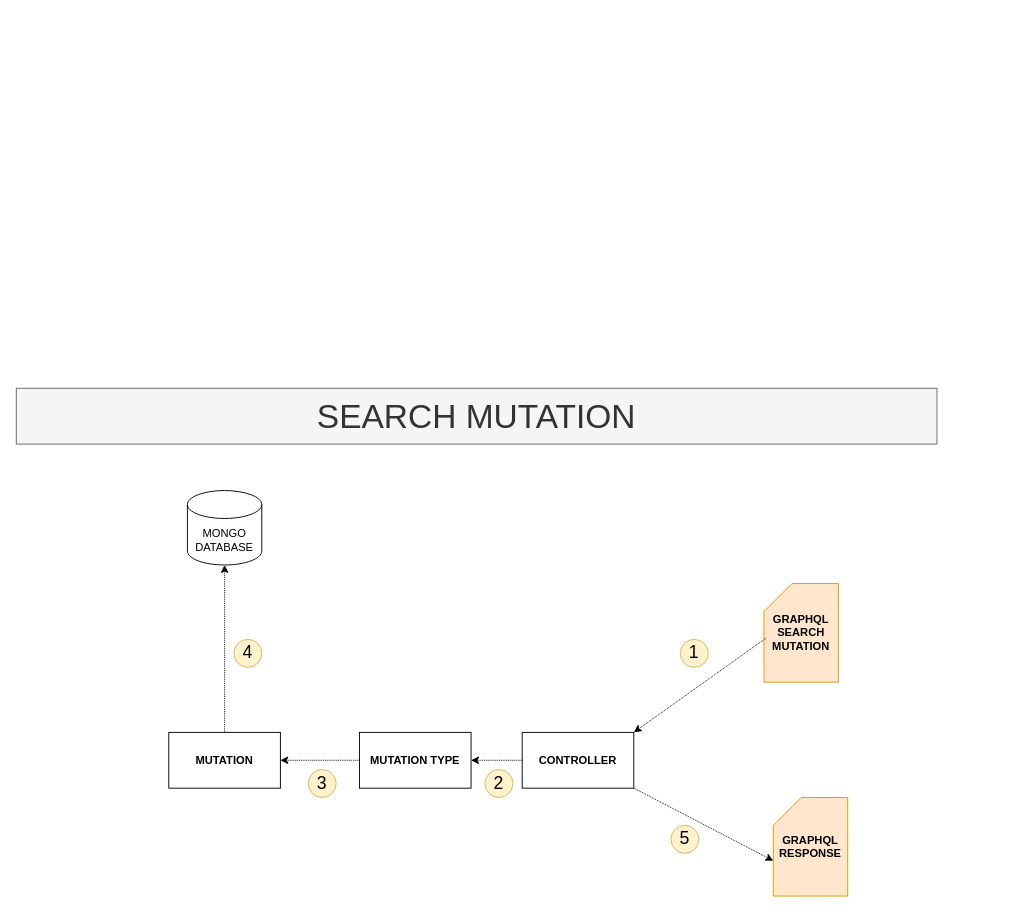
Earlier version of the draw.io diagram page "Search History" (1 of 3) of devops/property-dealer.drawio (kingsley-ijomah/draw.io). Source tidied: cells renumbered, new cells numbered last; positions are measured from the earlier drawing's top-left corner, leaving out a move shared by most shapes. Both pictures are drawn from the tidied source at 93%, with x=0, y=0 at pixel (16, 388).
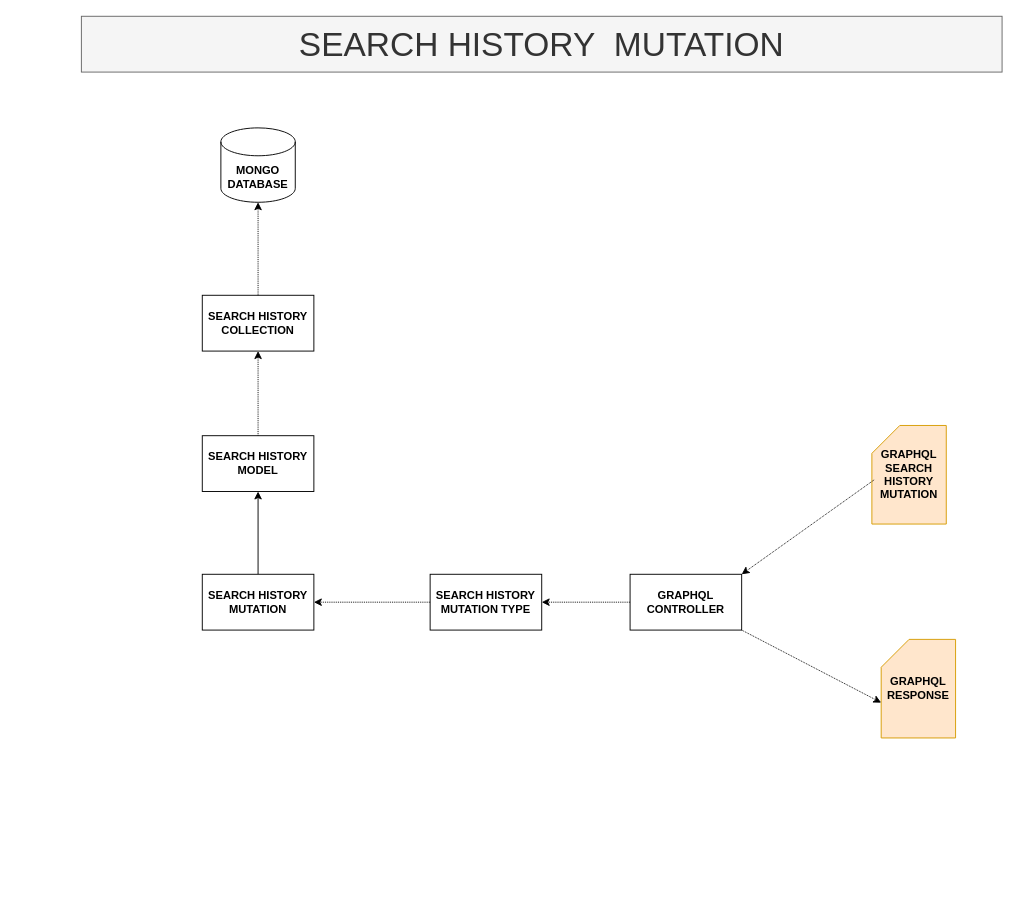
The same page after the edit.

What changed in the source:
```diff
@@
-    <mxCell id="2" value="&lt;b&gt;GRAPHQL&lt;/b&gt;&lt;div&gt;&lt;b&gt;SEARCH&lt;/b&gt;&lt;/div&gt;&lt;div&gt;&lt;b&gt;MUTATION&lt;/b&gt;&lt;/div&gt;" style="shape=card;whiteSpace=wrap;html=1;fillColor=#ffe6cc;strokeColor=#d79b00;" parent="1" vertex="1">
-      <mxGeometry x="804" y="210" width="80" height="106" as="geometry" />
-    </mxCell>
+    <mxCell id="20" value="&lt;b&gt;GRAPHQL&lt;/b&gt;&lt;div&gt;&lt;b&gt;SEARCH HISTORY&lt;/b&gt;&lt;/div&gt;&lt;div&gt;&lt;b&gt;MUTATION&lt;/b&gt;&lt;/div&gt;" style="shape=card;whiteSpace=wrap;html=1;fillColor=#ffe6cc;strokeColor=#d79b00;" parent="1" vertex="1">
+      <mxGeometry x="920" y="40" width="80" height="106" as="geometry" />
+    </mxCell>
-    <mxCell id="3" value="&lt;div&gt;MONGO&lt;/div&gt;DATABASE" style="shape=cylinder3;whiteSpace=wrap;html=1;boundedLbl=1;backgroundOutline=1;size=15;" parent="1" vertex="1">
-      <mxGeometry x="184" y="110" width="80" height="80" as="geometry" />
+    <mxCell id="3" value="&lt;b&gt;MONGO&lt;/b&gt;&lt;div&gt;&lt;b&gt;DATABASE&lt;/b&gt;&lt;/div&gt;" style="shape=cylinder3;whiteSpace=wrap;html=1;boundedLbl=1;backgroundOutline=1;size=15;" parent="1" vertex="1">
+      <mxGeometry x="220" y="-280" width="80" height="80" as="geometry" />
     </mxCell>
-    <mxCell id="4" value="&lt;b&gt;MUTATION TYPE&lt;/b&gt;" style="rounded=0;whiteSpace=wrap;html=1;" parent="1" vertex="1">
-      <mxGeometry x="369" y="370" width="120" height="60" as="geometry" />
-    </mxCell>
-    <mxCell id="5" value="&lt;b&gt;MUTATION&lt;/b&gt;" style="rounded=0;whiteSpace=wrap;html=1;" parent="1" vertex="1">
-      <mxGeometry x="164" y="370" width="120" height="60" as="geometry" />
-    </mxCell>
-    <mxCell id="6" style="endArrow=classic;html=1;rounded=0;exitX=0;exitY=0;exitDx=0;exitDy=55;exitPerimeter=0;dashed=1;dashPattern=1 1;" parent="1" edge="1" source="8">
-      <mxGeometry relative="1" as="geometry">
-        <mxPoint x="604" y="400" as="targetPoint" />
-      </mxGeometry>
-    </mxCell>
-    <mxCell id="7" style="endArrow=classic;html=1;rounded=0;exitX=0.03;exitY=0.552;exitDx=0;exitDy=0;exitPerimeter=0;dashed=1;dashPattern=1 1;entryX=1;entryY=0;entryDx=0;entryDy=0;" parent="1" edge="1" source="2" target="8">
-      <mxGeometry relative="1" as="geometry" />
-    </mxCell>
-    <mxCell id="8" value="&lt;b&gt;CONTROLLER&lt;/b&gt;" style="rounded=0;whiteSpace=wrap;html=1;" parent="1" vertex="1">
-      <mxGeometry x="544" y="370" width="120" height="60" as="geometry" />
-    </mxCell>
-    <mxCell id="9" style="endArrow=classic;html=1;rounded=0;exitX=0;exitY=0.5;exitDx=0;exitDy=0;dashed=1;dashPattern=1 1;entryX=1;entryY=0.5;entryDx=0;entryDy=0;" parent="1" edge="1" source="8" target="4">
-      <mxGeometry relative="1" as="geometry" />
-    </mxCell>
-    <mxCell id="10" style="endArrow=classic;html=1;rounded=0;exitX=0;exitY=0.5;exitDx=0;exitDy=0;dashed=1;dashPattern=1 1;entryX=1;entryY=0.5;entryDx=0;entryDy=0;" parent="1" edge="1" source="4" target="5">
-      <mxGeometry relative="1" as="geometry" />
-    </mxCell>
-    <mxCell id="11" value="&lt;font style=&quot;font-size: 36px;&quot;&gt;SEARCH MUTATION&lt;/font&gt;" style="rounded=0;whiteSpace=wrap;html=1;fillColor=#f5f5f5;fontColor=#333333;strokeColor=#666666;" parent="1" vertex="1">
-      <mxGeometry width="990" height="60" as="geometry" />
-    </mxCell>
-    <mxCell id="12" style="endArrow=classic;html=1;rounded=0;exitX=0.5;exitY=0;exitDx=0;exitDy=0;dashed=1;dashPattern=1 1;entryX=0.5;entryY=1;entryDx=0;entryDy=0;entryPerimeter=0;" parent="1" edge="1" source="5" target="3">
-      <mxGeometry relative="1" as="geometry" />
-    </mxCell>
-    <mxCell id="13" value="&lt;font style=&quot;font-size: 19px;&quot;&gt;1&lt;/font&gt;" style="ellipse;whiteSpace=wrap;html=1;fillColor=#fff2cc;strokeColor=#d6b656;" parent="1" vertex="1">
-      <mxGeometry x="714" y="270" width="30" height="30" as="geometry" />
-    </mxCell>
-    <mxCell id="14" value="&lt;font style=&quot;font-size: 19px;&quot;&gt;2&lt;/font&gt;" style="ellipse;whiteSpace=wrap;html=1;fillColor=#fff2cc;strokeColor=#d6b656;" parent="1" vertex="1">
-      <mxGeometry x="504" y="410" width="30" height="30" as="geometry" />
-    </mxCell>
-    <mxCell id="15" value="&lt;font style=&quot;font-size: 19px;&quot;&gt;3&lt;/font&gt;" style="ellipse;whiteSpace=wrap;html=1;fillColor=#fff2cc;strokeColor=#d6b656;" parent="1" vertex="1">
-      <mxGeometry x="314" y="410" width="30" height="30" as="geometry" />
-    </mxCell>
-    <mxCell id="16" value="&lt;font style=&quot;font-size: 19px;&quot;&gt;4&lt;/font&gt;" style="ellipse;whiteSpace=wrap;html=1;fillColor=#fff2cc;strokeColor=#d6b656;" parent="1" vertex="1">
-      <mxGeometry x="234" y="270" width="30" height="30" as="geometry" />
-    </mxCell>
+    <mxCell id="21" value="&lt;div&gt;&lt;b&gt;SEARCH HISTORY&lt;/b&gt;&lt;/div&gt;&lt;b&gt;MUTATION TYPE&lt;/b&gt;" style="rounded=0;whiteSpace=wrap;html=1;" parent="1" vertex="1">
+      <mxGeometry x="445" y="200" width="120" height="60" as="geometry" />
+    </mxCell>
+    <mxCell id="22" style="edgeStyle=orthogonalEdgeStyle;rounded=0;jettySize=auto;html=1;entryX=0.5;entryY=1;entryDx=0;entryDy=0;" parent="1" edge="1" source="23" target="32">
+      <mxGeometry relative="1" as="geometry" />
+    </mxCell>
+    <mxCell id="23" value="&lt;div&gt;&lt;b style=&quot;background-color: initial;&quot;&gt;SEARCH HISTORY&lt;/b&gt;&lt;br&gt;&lt;/div&gt;&lt;b&gt;MUTATION&lt;/b&gt;" style="rounded=0;whiteSpace=wrap;html=1;" parent="1" vertex="1">
+      <mxGeometry x="200" y="200" width="120" height="60" as="geometry" />
+    </mxCell>
+    <mxCell id="24" style="endArrow=classic;html=1;rounded=0;exitX=0;exitY=0;exitDx=0;exitDy=55;exitPerimeter=0;dashed=1;dashPattern=1 1;" parent="1" edge="1" source="26">
+      <mxGeometry relative="1" as="geometry">
+        <mxPoint x="720" y="230" as="targetPoint" />
+      </mxGeometry>
+    </mxCell>
+    <mxCell id="25" style="endArrow=classic;html=1;rounded=0;exitX=0.03;exitY=0.552;exitDx=0;exitDy=0;exitPerimeter=0;dashed=1;dashPattern=1 1;entryX=1;entryY=0;entryDx=0;entryDy=0;" parent="1" edge="1" source="20" target="26">
+      <mxGeometry relative="1" as="geometry" />
+    </mxCell>
+    <mxCell id="26" value="&lt;div&gt;&lt;b&gt;GRAPHQL&lt;/b&gt;&lt;/div&gt;&lt;b&gt;CONTROLLER&lt;/b&gt;" style="rounded=0;whiteSpace=wrap;html=1;" parent="1" vertex="1">
+      <mxGeometry x="660" y="200" width="120" height="60" as="geometry" />
+    </mxCell>
+    <mxCell id="27" style="endArrow=classic;html=1;rounded=0;exitX=0;exitY=0.5;exitDx=0;exitDy=0;dashed=1;dashPattern=1 1;entryX=1;entryY=0.5;entryDx=0;entryDy=0;" parent="1" edge="1" source="26" target="21">
+      <mxGeometry relative="1" as="geometry" />
+    </mxCell>
+    <mxCell id="28" style="endArrow=classic;html=1;rounded=0;exitX=0;exitY=0.5;exitDx=0;exitDy=0;dashed=1;dashPattern=1 1;entryX=1;entryY=0.5;entryDx=0;entryDy=0;" parent="1" edge="1" source="21" target="23">
+      <mxGeometry relative="1" as="geometry" />
+    </mxCell>
+    <mxCell id="29" value="&lt;font style=&quot;font-size: 36px;&quot;&gt;SEARCH HISTORY&amp;nbsp; MUTATION&lt;/font&gt;" style="rounded=0;whiteSpace=wrap;html=1;fillColor=#f5f5f5;fontColor=#333333;strokeColor=#666666;" parent="1" vertex="1">
+      <mxGeometry x="70" y="-400" width="990" height="60" as="geometry" />
+    </mxCell>
+    <mxCell id="30" style="endArrow=classic;html=1;rounded=0;dashed=1;dashPattern=1 1;exitX=0.5;exitY=0;exitDx=0;exitDy=0;entryX=0.5;entryY=1;entryDx=0;entryDy=0;" parent="1" edge="1" source="32" target="33">
+      <mxGeometry relative="1" as="geometry" />
+    </mxCell>
     <mxCell id="17" value="&lt;b&gt;GRAPHQL&lt;/b&gt;&lt;div&gt;&lt;b&gt;RESPONSE&lt;/b&gt;&lt;/div&gt;" style="shape=card;whiteSpace=wrap;html=1;fillColor=#ffe6cc;strokeColor=#d79b00;" parent="1" vertex="1">
-      <mxGeometry x="814" y="440" width="80" height="106" as="geometry" />
+      <mxGeometry x="930" y="270" width="80" height="106" as="geometry" />
     </mxCell>
-    <mxCell id="18" style="endArrow=classic;html=1;rounded=0;dashed=1;dashPattern=1 1;entryX=0;entryY=0;entryDx=0;entryDy=68;entryPerimeter=0;exitX=1;exitY=1;exitDx=0;exitDy=0;" parent="1" edge="1" source="8" target="17">
-      <mxGeometry relative="1" as="geometry" />
-    </mxCell>
-    <mxCell id="19" value="&lt;font style=&quot;font-size: 19px;&quot;&gt;5&lt;/font&gt;" style="ellipse;whiteSpace=wrap;html=1;fillColor=#fff2cc;strokeColor=#d6b656;" parent="1" vertex="1">
-      <mxGeometry x="704" y="470" width="30" height="30" as="geometry" />
-    </mxCell>
+    <mxCell id="31" style="endArrow=classic;html=1;rounded=0;dashed=1;dashPattern=1 1;entryX=0;entryY=0;entryDx=0;entryDy=68;entryPerimeter=0;exitX=1;exitY=1;exitDx=0;exitDy=0;" parent="1" edge="1" source="26" target="17">
+      <mxGeometry relative="1" as="geometry" />
+    </mxCell>
+    <mxCell id="32" value="&lt;div&gt;&lt;b&gt;SEARCH HISTORY&lt;/b&gt;&lt;/div&gt;&lt;div&gt;&lt;b&gt;MODEL&lt;/b&gt;&lt;/div&gt;" style="rounded=0;whiteSpace=wrap;html=1;" parent="1" vertex="1">
+      <mxGeometry x="200" y="51" width="120" height="60" as="geometry" />
+    </mxCell>
+    <mxCell id="33" value="&lt;div&gt;&lt;b&gt;SEARCH HISTORY&lt;/b&gt;&lt;/div&gt;&lt;div&gt;&lt;b&gt;COLLECTION&lt;/b&gt;&lt;/div&gt;" style="rounded=0;whiteSpace=wrap;html=1;" parent="1" vertex="1">
+      <mxGeometry x="200" y="-100" width="120" height="60" as="geometry" />
+    </mxCell>
+    <mxCell id="34" style="edgeStyle=orthogonalEdgeStyle;rounded=0;jettySize=auto;html=1;entryX=0.5;entryY=1;entryDx=0;entryDy=0;entryPerimeter=0;dashed=1;dashPattern=1 1;" parent="1" edge="1" source="33" target="3">
+      <mxGeometry relative="1" as="geometry" />
+    </mxCell>
```
